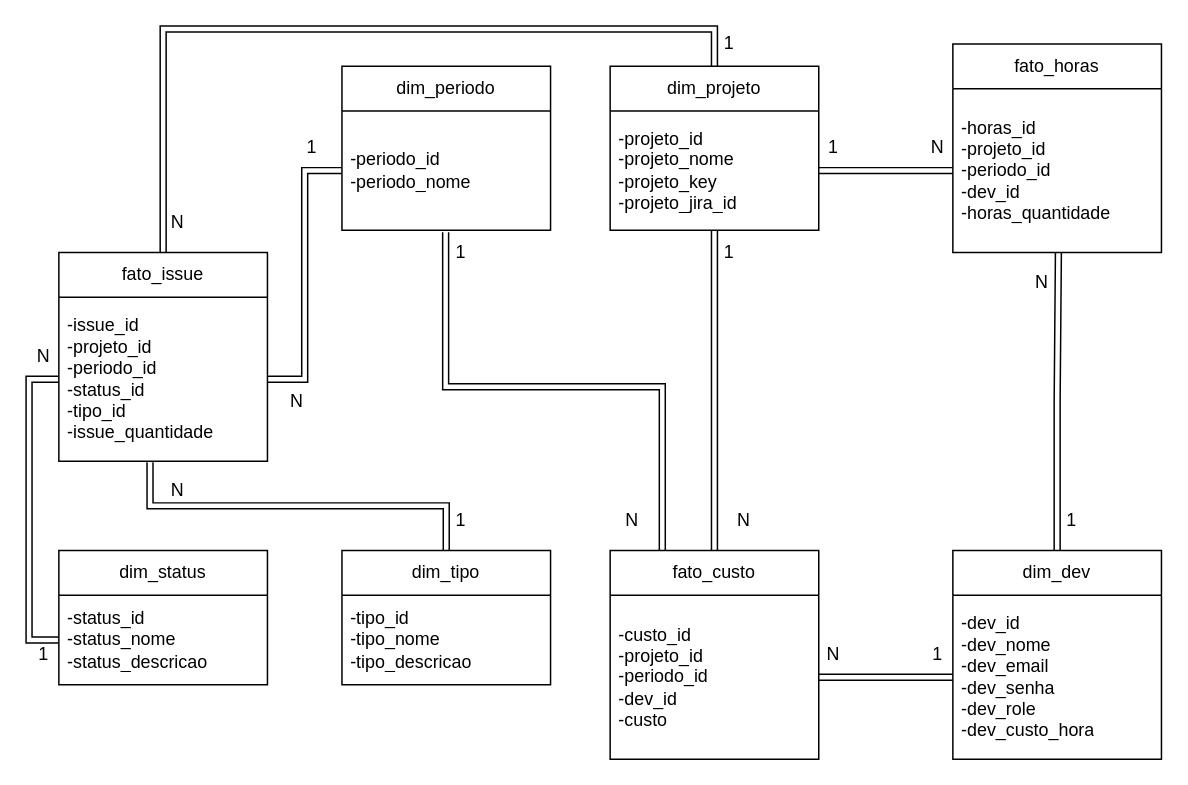
This is docs/BancoModelagem.drawio from FatecNeoHorizon/API_5S, a draw.io file, before an edit. Source tidied: cells renumbered, new cells numbered last; positions are measured from the earlier drawing's top-left corner, leaving out a move shared by most shapes. Both pictures are drawn from the tidied source at 149%, with x=0, y=0 at pixel (28, 28).
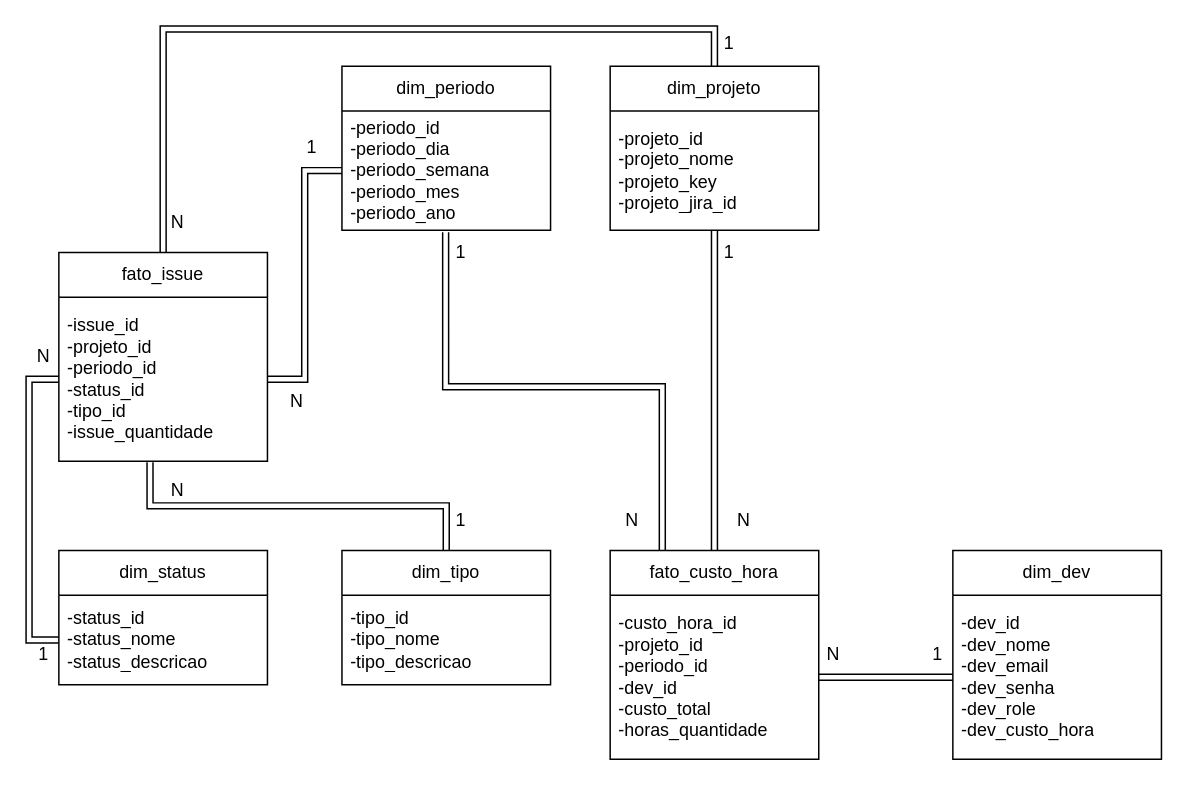
Above is the later version.

Commit message (it also covers changes not shown here):
docs(#5): Correção modelagem e script

The change refers to these unchanged cells:
```xml
<mxCell id="9" value="dim_periodo" style="swimlane;fontStyle=0;horizontal=1;startSize=30;whiteSpace=wrap;html=1;" parent="1" vertex="1">
  <mxGeometry x="210" y="25" width="140" height="110" as="geometry" />
</mxCell>
<mxCell id="14" value="&lt;div&gt;-projeto_id&lt;/div&gt;&lt;div&gt;-projeto_nome&lt;/div&gt;&lt;div&gt;-projeto_key&lt;/div&gt;&lt;div&gt;-projeto_jira_id&lt;/div&gt;" style="text;strokeColor=none;fillColor=none;align=left;verticalAlign=middle;spacingLeft=4;spacingRight=4;overflow=hidden;points=[[0,0.5],[1,0.5]];portConstraint=eastwest;whiteSpace=wrap;html=1;" parent="13" vertex="1">
  <mxGeometry y="30" width="140" height="80" as="geometry" />
</mxCell>
<mxCell id="17" value="dim_dev" style="swimlane;fontStyle=0;horizontal=1;startSize=30;whiteSpace=wrap;html=1;" parent="1" vertex="1">
  <mxGeometry x="620" y="350" width="140" height="140" as="geometry" />
</mxCell>
```

Diff of the diagram source:
```diff
@@
-    <mxCell id="10" value="&lt;div&gt;-periodo_id&lt;/div&gt;&lt;div&gt;-periodo_nome&lt;/div&gt;" style="text;strokeColor=none;fillColor=none;align=left;verticalAlign=middle;spacingLeft=4;spacingRight=4;overflow=hidden;points=[[0,0.5],[1,0.5]];portConstraint=eastwest;whiteSpace=wrap;html=1;" parent="9" vertex="1">
+    <mxCell id="10" value="&lt;div&gt;-periodo_id&lt;/div&gt;&lt;div&gt;-periodo_dia&lt;/div&gt;&lt;div&gt;-periodo_semana&lt;/div&gt;&lt;div&gt;-periodo_mes&lt;/div&gt;&lt;div&gt;-periodo_ano&lt;/div&gt;" style="text;strokeColor=none;fillColor=none;align=left;verticalAlign=middle;spacingLeft=4;spacingRight=4;overflow=hidden;points=[[0,0.5],[1,0.5]];portConstraint=eastwest;whiteSpace=wrap;html=1;" parent="9" vertex="1">
       <mxGeometry y="30" width="140" height="80" as="geometry" />
     </mxCell>
@@
-    <mxCell id="15" value="fato_custo" style="swimlane;fontStyle=0;horizontal=1;startSize=30;whiteSpace=wrap;html=1;" parent="1" vertex="1">
+    <mxCell id="15" value="fato_custo_hora" style="swimlane;fontStyle=0;horizontal=1;startSize=30;whiteSpace=wrap;html=1;" parent="1" vertex="1">
       <mxGeometry x="390" y="350" width="140" height="140" as="geometry" />
     </mxCell>
-    <mxCell id="16" value="-custo_id&lt;div&gt;-projeto_id&lt;/div&gt;&lt;div&gt;-periodo_id&lt;br&gt;-dev_id&lt;/div&gt;&lt;div&gt;-custo&lt;/div&gt;" style="text;strokeColor=none;fillColor=none;align=left;verticalAlign=middle;spacingLeft=4;spacingRight=4;overflow=hidden;points=[[0,0.5],[1,0.5]];portConstraint=eastwest;whiteSpace=wrap;html=1;" parent="15" vertex="1">
+    <mxCell id="16" value="-custo_hora_id&lt;div&gt;-projeto_id&lt;/div&gt;&lt;div&gt;-periodo_id&lt;br&gt;-dev_id&lt;/div&gt;&lt;div&gt;-custo_total&lt;br&gt;-horas_quantidade&lt;/div&gt;" style="text;strokeColor=none;fillColor=none;align=left;verticalAlign=middle;spacingLeft=4;spacingRight=4;overflow=hidden;points=[[0,0.5],[1,0.5]];portConstraint=eastwest;whiteSpace=wrap;html=1;" parent="15" vertex="1">
       <mxGeometry y="30" width="140" height="110" as="geometry" />
     </mxCell>
@@
-    <mxCell id="19" value="fato_horas" style="swimlane;fontStyle=0;horizontal=1;startSize=30;whiteSpace=wrap;html=1;" parent="1" vertex="1">
-      <mxGeometry x="620" y="10" width="140" height="140" as="geometry" />
-    </mxCell>
-    <mxCell id="20" value="-horas_id&lt;div&gt;-projeto_id&lt;/div&gt;&lt;div&gt;-periodo_id&lt;br&gt;-dev_id&lt;/div&gt;&lt;div&gt;-horas_quantidade&lt;/div&gt;" style="text;strokeColor=none;fillColor=none;align=left;verticalAlign=middle;spacingLeft=4;spacingRight=4;overflow=hidden;points=[[0,0.5],[1,0.5]];portConstraint=eastwest;whiteSpace=wrap;html=1;" parent="19" vertex="1">
-      <mxGeometry y="30" width="140" height="110" as="geometry" />
-    </mxCell>
@@
-    <mxCell id="25" style="edgeStyle=orthogonalEdgeStyle;rounded=0;jettySize=auto;html=1;entryX=0.506;entryY=1;entryDx=0;entryDy=0;entryPerimeter=0;shape=link;" parent="1" edge="1" source="17" target="20">
-      <mxGeometry relative="1" as="geometry" />
-    </mxCell>
-    <mxCell id="26" style="edgeStyle=orthogonalEdgeStyle;rounded=0;jettySize=auto;html=1;entryX=1;entryY=0.5;entryDx=0;entryDy=0;shape=link;" parent="1" edge="1" source="20" target="14">
-      <mxGeometry relative="1" as="geometry" />
-    </mxCell>
@@
-    <mxCell id="32" value="1" style="text;strokeColor=none;align=center;fillColor=none;html=1;verticalAlign=middle;whiteSpace=wrap;rounded=0;" parent="1" vertex="1">
-      <mxGeometry x="530" y="70" width="20" height="20" as="geometry" />
-    </mxCell>
@@
-    <mxCell id="34" value="1" style="text;strokeColor=none;align=center;fillColor=none;html=1;verticalAlign=middle;whiteSpace=wrap;rounded=0;" parent="1" vertex="1">
-      <mxGeometry x="690" y="320" width="20" height="20" as="geometry" />
-    </mxCell>
@@
-    <mxCell id="43" value="N" style="text;strokeColor=none;align=center;fillColor=none;html=1;verticalAlign=middle;whiteSpace=wrap;rounded=0;" parent="1" vertex="1">
-      <mxGeometry x="670" y="160" width="20" height="20" as="geometry" />
-    </mxCell>
-    <mxCell id="44" value="N" style="text;strokeColor=none;align=center;fillColor=none;html=1;verticalAlign=middle;whiteSpace=wrap;rounded=0;" parent="1" vertex="1">
-      <mxGeometry x="600" y="70" width="20" height="20" as="geometry" />
-    </mxCell>
```
